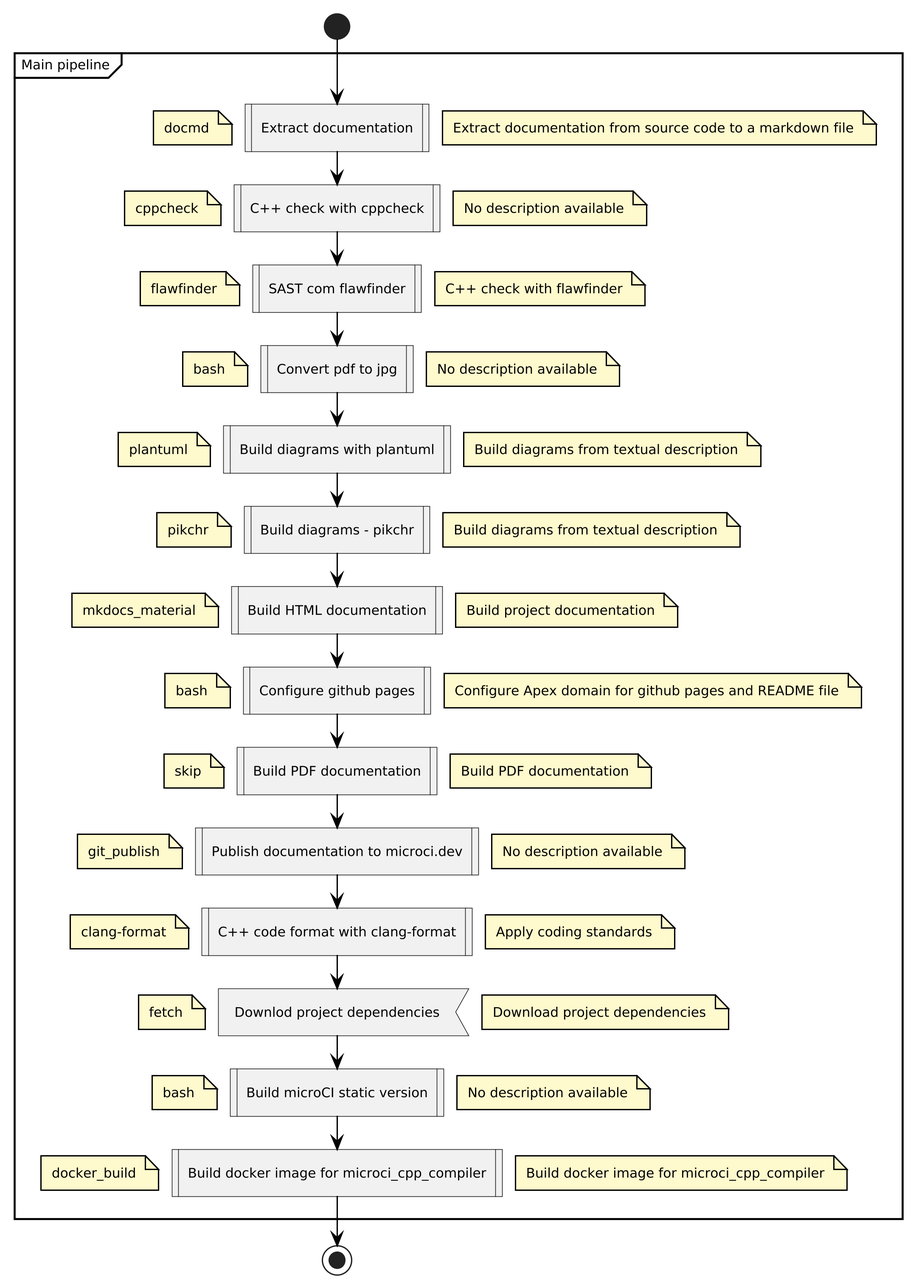
geraldolsribeiro/microci.dev keeps this PlantUML diagram as diagrams/microCI_activity_diagram.png. Above is the earlier version. Its source is kept beside it as diagrams/microCI_activity_diagram.puml.
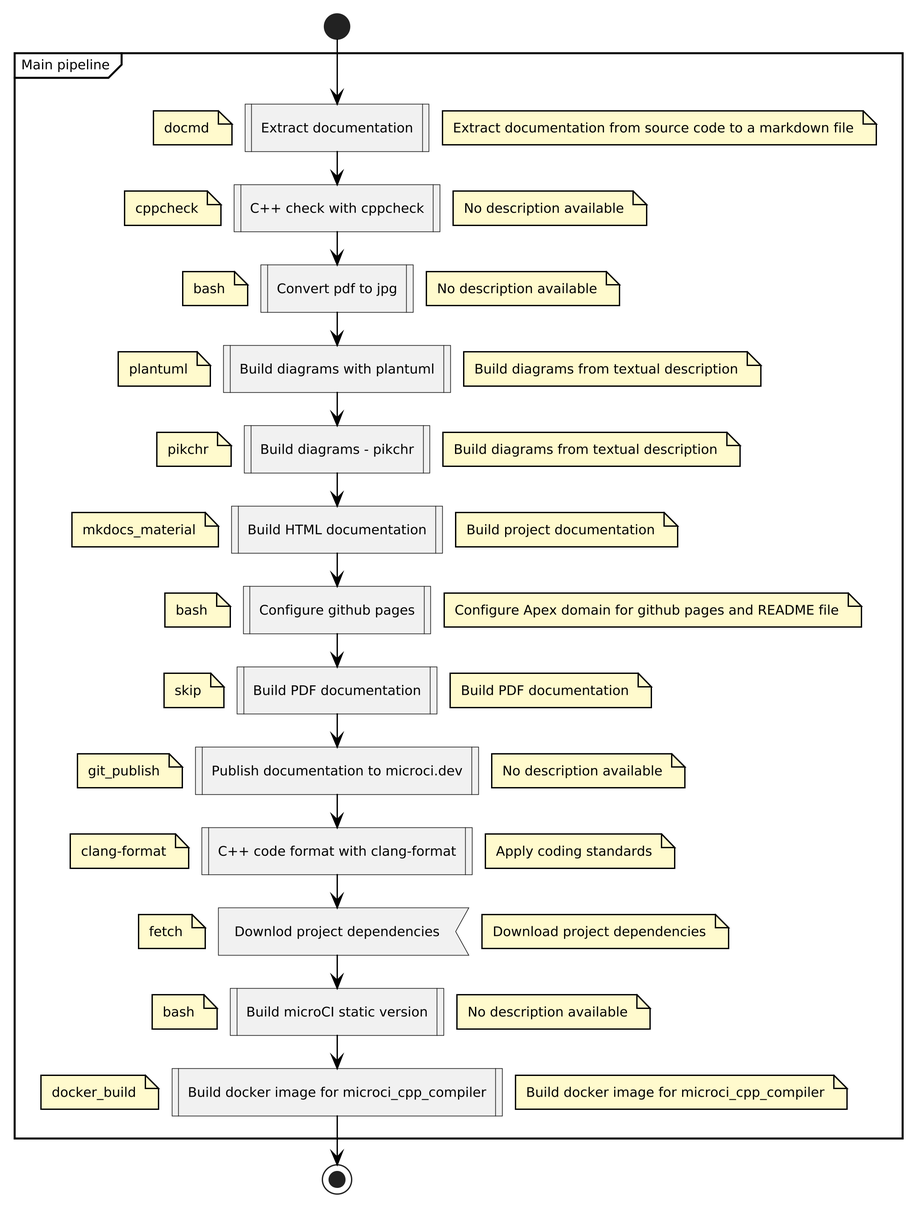
After the commit.

The edit, as a diff of the source:
```diff
@@ -8,10 +8,6 @@
 :C++ check with cppcheck; <<procedure>>
 floating note left: cppcheck
 floating note right: No description available
-
-:SAST com flawfinder; <<procedure>>
-floating note left: flawfinder
-floating note right: C++ check with flawfinder
 
 :Convert pdf to jpg; <<procedure>>
 floating note left: bash
```
